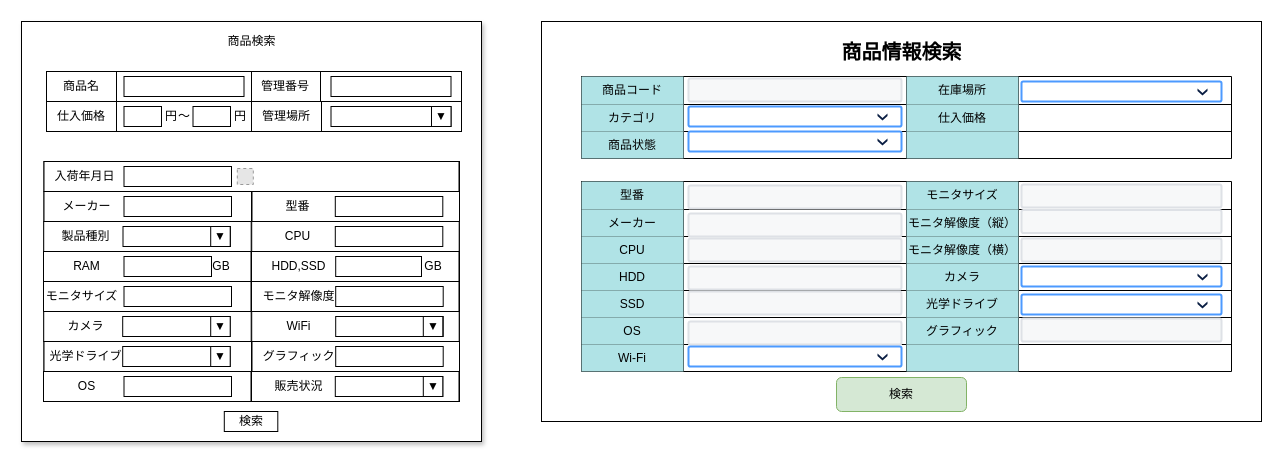
Before: page "S08-01 商品情報検索" (1 of 3) of 各種設計書/6.画面設計書/S08_検索.drawio in HaruShim/Sotuken, a draw.io diagram. Source tidied: cells renumbered, new cells numbered last; positions are measured from the earlier drawing's top-left corner, leaving out a move shared by most shapes. Both pictures are drawn from the tidied source at 100%, with x=0, y=0 at pixel (21, 21). Pictures stored in the file or linked from it are replaced by grey dashed boxes.
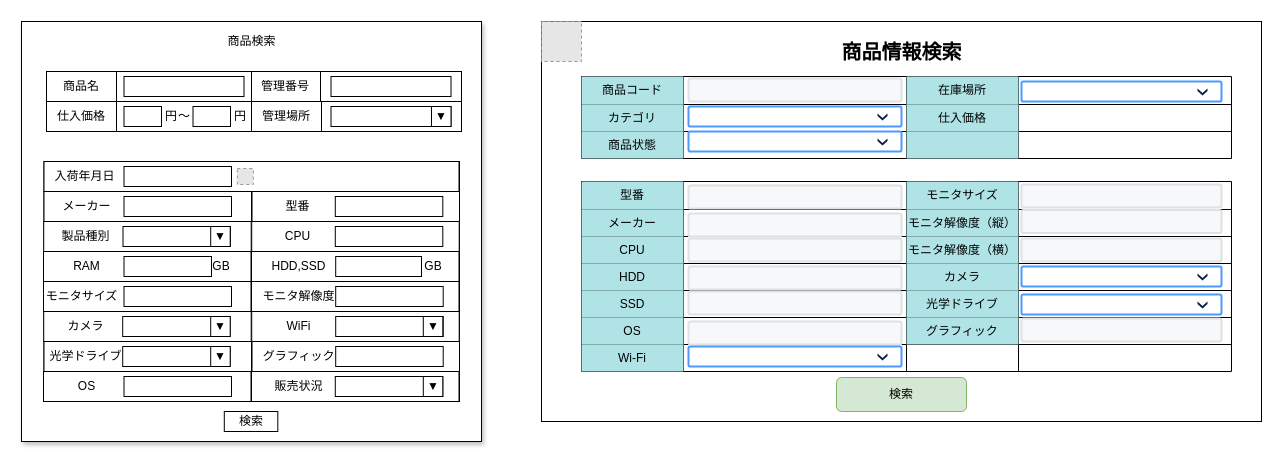
The same page after the edit.

The change refers to these unchanged cells:
```xml
<mxCell id="124" style="shape=partialRectangle;fillColor=none;top=0;left=0;bottom=0;right=0;strokeColor=default;" parent="93" vertex="1">
  <mxGeometry y="163" width="650" height="27" as="geometry" />
</mxCell>
```

What changed in the source:
```diff
@@
-    <mxCell id="127" style="shape=partialRectangle;html=1;whiteSpace=wrap;overflow=hidden;fillColor=#b0e3e6;top=0;left=0;bottom=0;right=0;strokeColor=#0e8088;" parent="124" vertex="1">
+    <mxCell id="127" style="shape=partialRectangle;html=1;whiteSpace=wrap;overflow=hidden;fillColor=none;top=0;left=0;bottom=0;right=0;" parent="124" vertex="1">
       <mxGeometry x="325" width="112" height="27" as="geometry" />
     </mxCell>
-    <mxCell id="128" style="shape=partialRectangle;html=1;whiteSpace=wrap;overflow=hidden;fillColor=none;top=0;left=0;bottom=0;right=0;strokeColor=default;" parent="124" vertex="1">
+    <mxCell id="128" style="shape=partialRectangle;html=1;whiteSpace=wrap;overflow=hidden;fillColor=none;top=0;left=0;bottom=0;right=0;" parent="124" vertex="1">
       <mxGeometry x="437" width="213" height="27" as="geometry" />
     </mxCell>
@@
+    <mxCell id="155" style="fillColor=#E6E6E6;strokeColor=#999999;dashed=1;html=1;verticalAlign=top;verticalLabelPosition=bottom;labelBackgroundColor=#ffffff;" parent="1" vertex="1">
+      <mxGeometry x="520" width="40" height="40" as="geometry" />
+    </mxCell>
```
